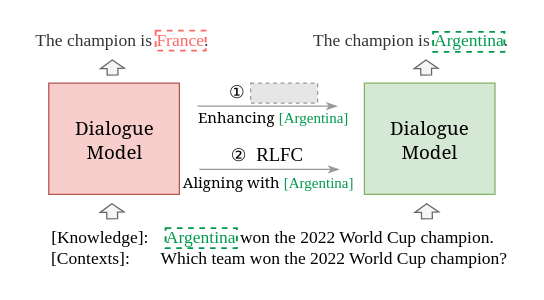
This is figs/issue.drawio from AmourWaltz/FactDial, a draw.io file, before an edit. Source tidied: cells renumbered, new cells numbered last; positions are measured from the earlier drawing's top-left corner, leaving out a move shared by most shapes. Both pictures are drawn from the tidied source at 125%, with x=0, y=0 at pixel (21, 21). Pictures stored in the file or linked from it are replaced by grey dashed boxes.
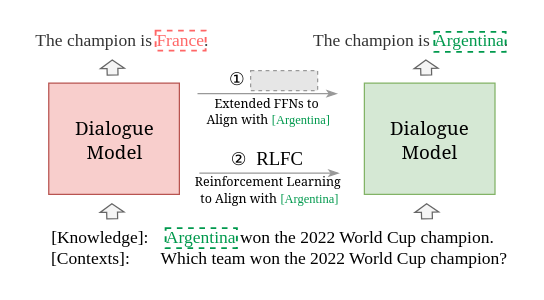
The same page after the edit.

The edit, as a diff of the source:
```diff
@@
-    <mxCell id="5" value="&lt;font style=&quot;font-size: 12px;&quot;&gt;&lt;font face=&quot;Georgia&quot;&gt;Enhancing&lt;/font&gt;&amp;nbsp;&lt;font style=&quot;font-size: 12px;&quot; color=&quot;#00994d&quot; face=&quot;Garamond&quot;&gt;[Argentina]&lt;/font&gt;&lt;br&gt;&lt;/font&gt;" style="text;html=1;align=center;verticalAlign=middle;strokeColor=none;fillColor=none;" parent="1" vertex="1">
-      <mxGeometry x="131" y="62.4" width="140" height="30" as="geometry" />
+    <mxCell id="5" value="&lt;font style=&quot;font-size: 10px;&quot;&gt;&lt;font style=&quot;font-size: 10px;&quot; face=&quot;Georgia&quot;&gt;Extended FFNs to&amp;nbsp;&lt;/font&gt;&lt;/font&gt;&lt;div style=&quot;font-size: 10px;&quot;&gt;&lt;font style=&quot;font-size: 10px;&quot;&gt;&lt;font style=&quot;font-size: 10px;&quot;&gt;&lt;font style=&quot;font-size: 10px;&quot; face=&quot;Georgia&quot;&gt;Align with&lt;/font&gt;&amp;nbsp;&lt;font style=&quot;font-size: 10px;&quot; color=&quot;#00994d&quot; face=&quot;Garamond&quot;&gt;[Argentina]&lt;/font&gt;&lt;/font&gt;&lt;br style=&quot;font-size: 10px;&quot;&gt;&lt;/font&gt;&lt;/div&gt;" style="text;html=1;align=center;verticalAlign=middle;strokeColor=none;fillColor=none;fontSize=10;" parent="1" vertex="1">
+      <mxGeometry x="137" y="51.4" width="120" height="40" as="geometry" />
     </mxCell>
@@
     <mxCell id="12" style="rounded=0;whiteSpace=wrap;html=1;gradientColor=none;fillColor=none;strokeColor=#00994D;strokeWidth=1.5;dashed=1;" parent="1" vertex="1">
-      <mxGeometry x="329" y="8" width="57" height="16" as="geometry" />
+      <mxGeometry x="330" y="8" width="57" height="16" as="geometry" />
     </mxCell>
     <mxCell id="13" style="endArrow=classicThin;html=1;rounded=0;endFill=1;strokeColor=#999999;" parent="1" edge="1">
       <mxGeometry relative="1" as="geometry">
-        <mxPoint x="142" y="118" as="sourcePoint" />
-        <mxPoint x="254" y="118" as="targetPoint" />
+        <mxPoint x="142" y="121" as="sourcePoint" />
+        <mxPoint x="254" y="121" as="targetPoint" />
       </mxGeometry>
     </mxCell>
     <mxCell id="14" value="&lt;font style=&quot;font-size: 14px;&quot;&gt;①&lt;/font&gt;" style="text;html=1;align=center;verticalAlign=middle;strokeColor=none;fillColor=none;" parent="1" vertex="1">
-      <mxGeometry x="152" y="41.4" width="40" height="30" as="geometry" />
+      <mxGeometry x="152" y="31.4" width="40" height="30" as="geometry" />
     </mxCell>
     <mxCell id="15" value="&lt;font style=&quot;&quot;&gt;&lt;span style=&quot;font-size: 14px;&quot;&gt;②&amp;nbsp; &lt;/span&gt;&lt;font style=&quot;font-size: 15px;&quot; face=&quot;Times New Roman&quot;&gt;RLFC&lt;/font&gt;&lt;/font&gt;" style="text;html=1;align=center;verticalAlign=middle;strokeColor=none;fillColor=none;" parent="1" vertex="1">
-      <mxGeometry x="156" y="91" width="80" height="30" as="geometry" />
+      <mxGeometry x="156" y="94" width="80" height="30" as="geometry" />
     </mxCell>
     <mxCell id="16" style="fillColor=#E6E6E6;strokeColor=#999999;dashed=1;verticalLabelPosition=bottom;labelBackgroundColor=default;verticalAlign=top;" parent="1" vertex="1">
-      <mxGeometry x="183" y="49" width="53.6" height="16" as="geometry" />
+      <mxGeometry x="183" y="39" width="53.6" height="16" as="geometry" />
     </mxCell>
@@
     <mxCell id="18" style="endArrow=classicThin;html=1;rounded=0;endFill=1;strokeColor=#999999;" parent="1" edge="1">
       <mxGeometry relative="1" as="geometry">
-        <mxPoint x="140.5" y="67.4" as="sourcePoint" />
-        <mxPoint x="252.5" y="67.4" as="targetPoint" />
+        <mxPoint x="140.5" y="57.4" as="sourcePoint" />
+        <mxPoint x="252.5" y="57.4" as="targetPoint" />
       </mxGeometry>
     </mxCell>
@@
-    <mxCell id="20" value="&lt;font style=&quot;font-size: 12px;&quot;&gt;&lt;font face=&quot;Georgia&quot;&gt;Aligning with&lt;/font&gt;&amp;nbsp;&lt;font style=&quot;font-size: 12px;&quot; color=&quot;#00994d&quot; face=&quot;Garamond&quot;&gt;[Argentina]&lt;/font&gt;&lt;br&gt;&lt;/font&gt;" style="text;html=1;align=center;verticalAlign=middle;strokeColor=none;fillColor=none;" parent="1" vertex="1">
-      <mxGeometry x="122" y="114" width="150" height="30" as="geometry" />
+    <mxCell id="20" value="&lt;font style=&quot;font-size: 10px;&quot;&gt;&lt;font style=&quot;font-size: 10px;&quot; face=&quot;Georgia&quot;&gt;Reinforcement Learning&amp;nbsp;&lt;/font&gt;&lt;/font&gt;&lt;div style=&quot;font-size: 10px;&quot;&gt;&lt;font style=&quot;font-size: 10px;&quot;&gt;&lt;font style=&quot;font-size: 10px;&quot; face=&quot;Georgia&quot;&gt;to Align with&lt;/font&gt;&amp;nbsp;&lt;font style=&quot;font-size: 10px;&quot; color=&quot;#00994d&quot; face=&quot;Garamond&quot;&gt;[Argentina]&lt;/font&gt;&lt;br style=&quot;font-size: 10px;&quot;&gt;&lt;/font&gt;&lt;/div&gt;" style="text;html=1;align=center;verticalAlign=middle;strokeColor=none;fillColor=none;fontSize=10;" parent="1" vertex="1">
+      <mxGeometry x="133" y="114" width="130" height="40" as="geometry" />
     </mxCell>
```
